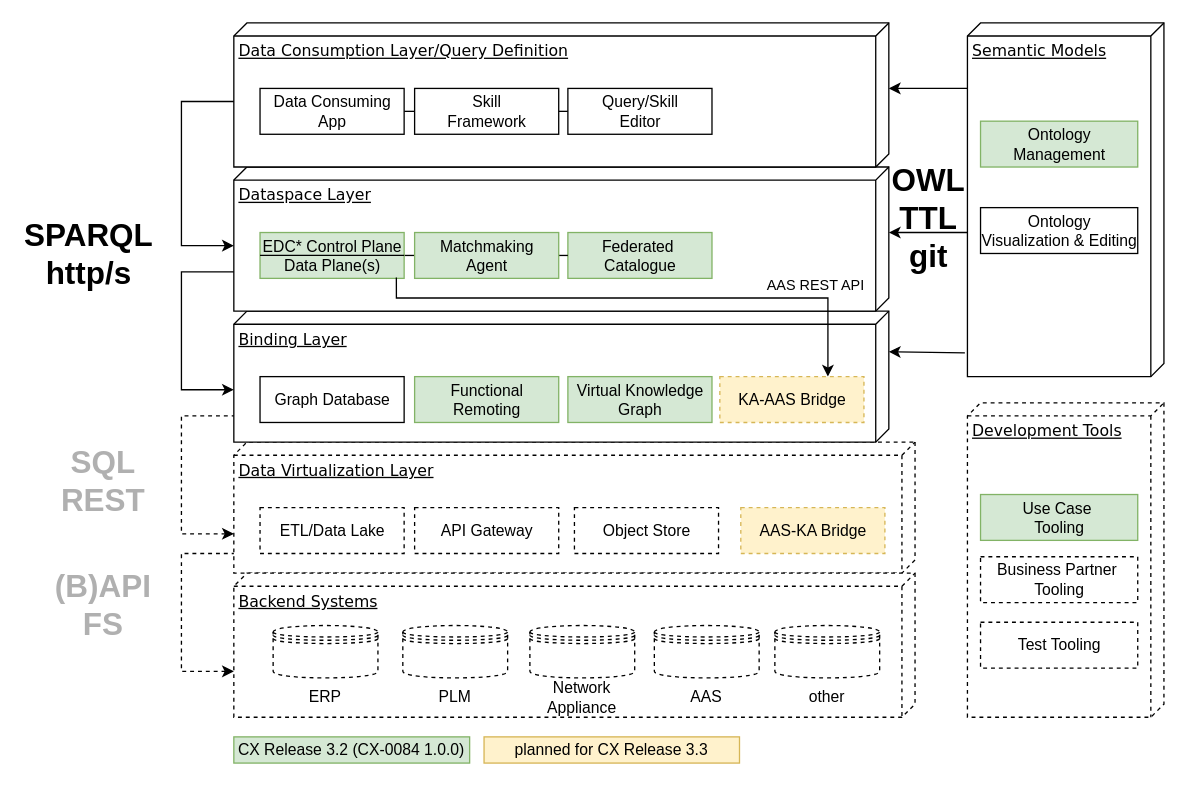
catenax-ng/product-knowledge keeps this draw.io diagram as static/uml/layers.drawio. Above is the earlier version. Source tidied: cells renumbered, new cells numbered last; positions are measured from the earlier drawing's top-left corner, leaving out a move shared by most shapes. Both pictures are drawn from the tidied source at 131%, with x=0, y=0 at pixel (22, 22).
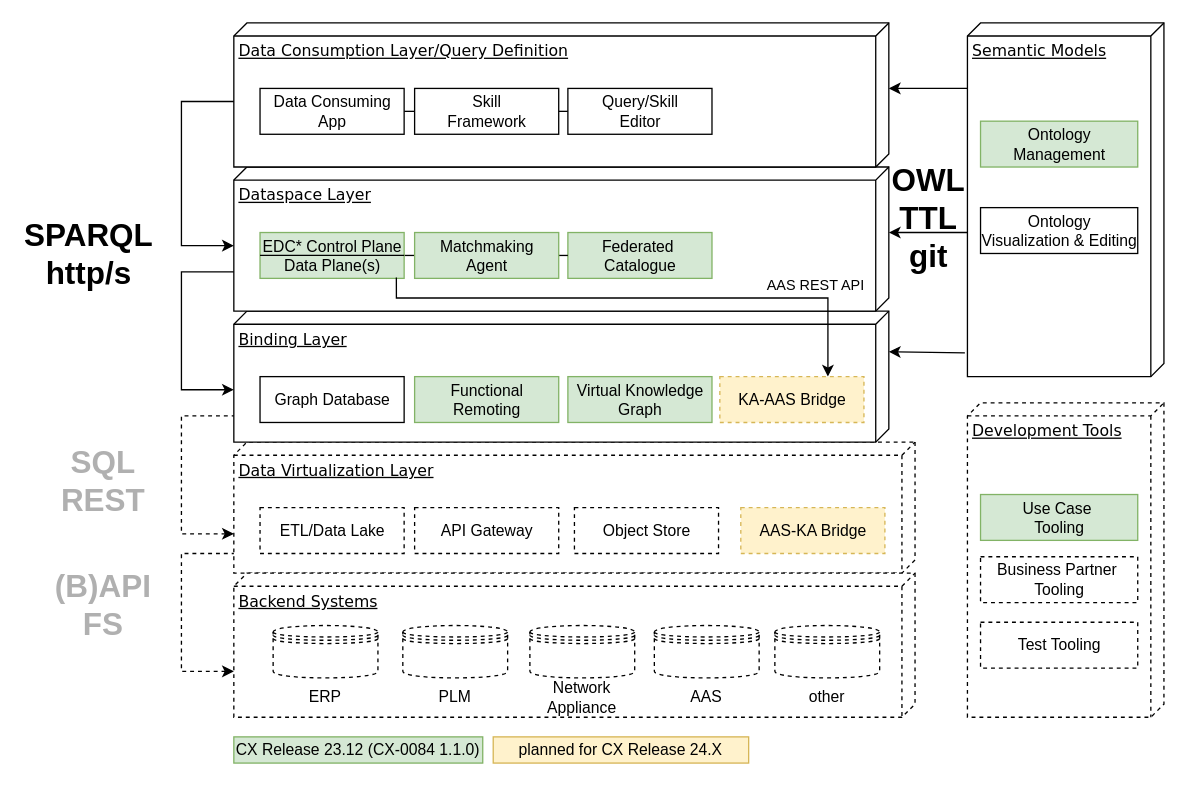
The same diagram, later.

Commit message:
Adapted CX version scheme

Change to the diagram source:
```diff
@@
-    <mxCell id="51" value="CX Release 3.2 (CX-0084 1.0.0)" style="rounded=0;whiteSpace=wrap;html=1;fillColor=#d5e8d4;strokeColor=#82b366;" parent="1" vertex="1">
-      <mxGeometry x="161" y="545" width="180" height="20" as="geometry" />
+    <mxCell id="51" value="CX Release 23.12 (CX-0084 1.1.0)" style="rounded=0;whiteSpace=wrap;html=1;fillColor=#d5e8d4;strokeColor=#82b366;" parent="1" vertex="1">
+      <mxGeometry x="161" y="545" width="190" height="20" as="geometry" />
     </mxCell>
@@
-    <mxCell id="57" value="planned for CX Release 3.3" style="rounded=0;whiteSpace=wrap;html=1;fillColor=#fff2cc;strokeColor=#d6b656;" parent="1" vertex="1">
-      <mxGeometry x="352" y="545" width="195" height="20" as="geometry" />
+    <mxCell id="57" value="planned for CX Release 24.X" style="rounded=0;whiteSpace=wrap;html=1;fillColor=#fff2cc;strokeColor=#d6b656;" parent="1" vertex="1">
+      <mxGeometry x="359" y="545" width="195" height="20" as="geometry" />
     </mxCell>
```
